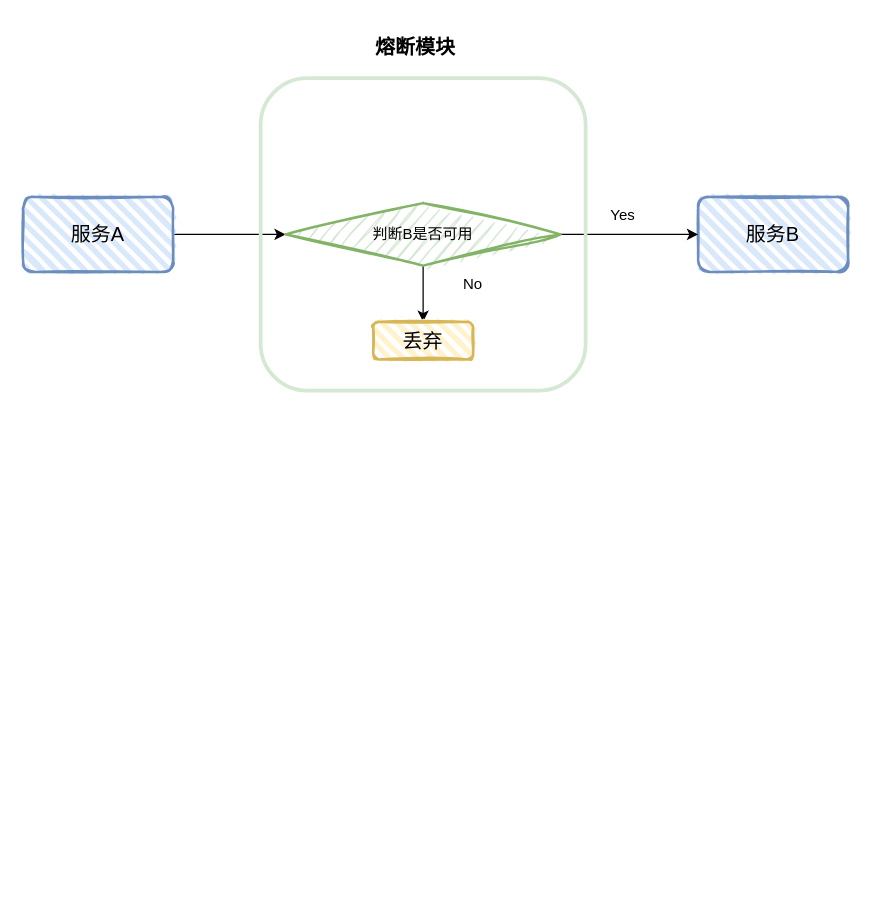
Earlier version of the draw.io diagram 高可用-熔断-降级-限流.drawio (ChanphongGu/ProcessGraph). Source tidied: cells renumbered, new cells numbered last; positions are measured from the earlier drawing's top-left corner, leaving out a move shared by most shapes. Both pictures are drawn from the tidied source at 125%, with x=0, y=0 at pixel (22, 21).
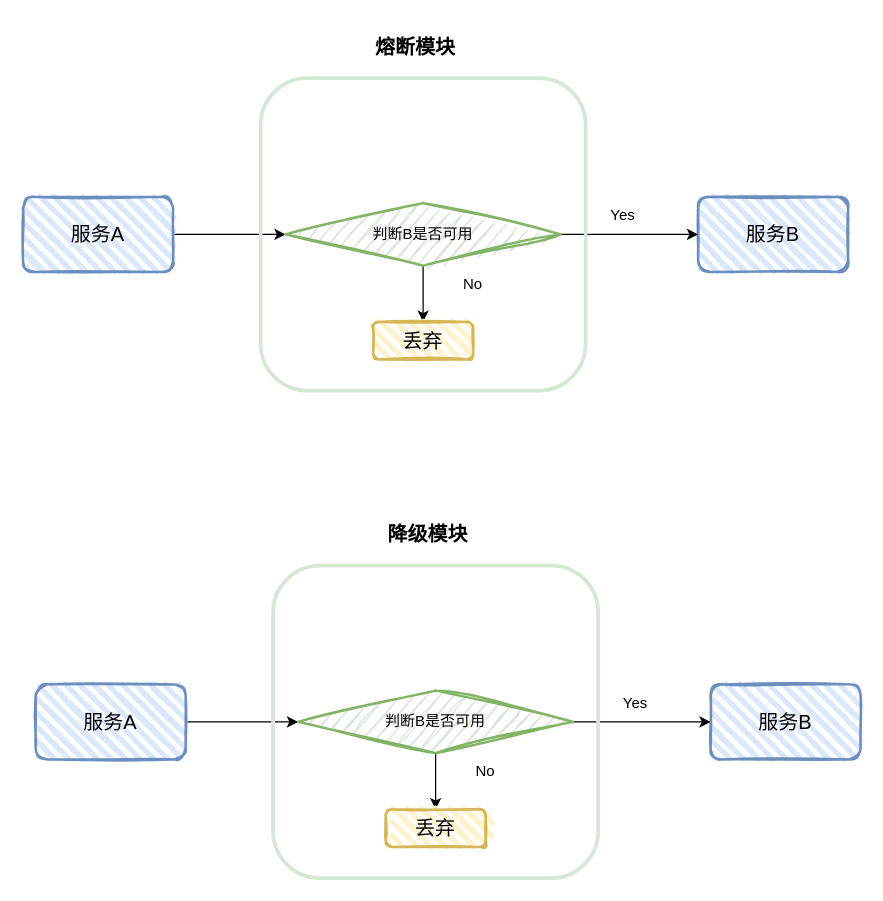
The same page after the edit.

Commit message (it also covers changes not shown here):
更新高可用-熔断-降级-限流.drawio

The edit, as a diff of the source:
```diff
@@
+    <mxCell id="13" style="edgeStyle=orthogonalEdgeStyle;rounded=0;jettySize=auto;html=1;exitX=1;exitY=0.5;exitDx=0;exitDy=0;entryX=0;entryY=0.5;entryDx=0;entryDy=0;" parent="1" edge="1" source="14" target="18">
+      <mxGeometry relative="1" as="geometry" />
+    </mxCell>
+    <mxCell id="14" value="服务A" style="rounded=1;whiteSpace=wrap;html=1;strokeWidth=2;fillWeight=4;hachureGap=8;hachureAngle=45;fillColor=#dae8fc;sketch=1;strokeColor=#6c8ebf;fontSize=16;" parent="1" vertex="1">
+      <mxGeometry x="10" y="530" width="120" height="60" as="geometry" />
+    </mxCell>
+    <mxCell id="15" value="服务B" style="rounded=1;whiteSpace=wrap;html=1;strokeWidth=2;fillWeight=4;hachureGap=8;hachureAngle=45;fillColor=#dae8fc;sketch=1;strokeColor=#6c8ebf;fontSize=16;" parent="1" vertex="1">
+      <mxGeometry x="550" y="530" width="120" height="60" as="geometry" />
+    </mxCell>
+    <mxCell id="16" style="edgeStyle=orthogonalEdgeStyle;rounded=0;jettySize=auto;html=1;exitX=1;exitY=0.5;exitDx=0;exitDy=0;entryX=0;entryY=0.5;entryDx=0;entryDy=0;" parent="1" edge="1" source="18" target="15">
+      <mxGeometry relative="1" as="geometry" />
+    </mxCell>
+    <mxCell id="17" style="edgeStyle=orthogonalEdgeStyle;rounded=0;jettySize=auto;html=1;exitX=0.5;exitY=1;exitDx=0;exitDy=0;" parent="1" edge="1" source="18">
+      <mxGeometry relative="1" as="geometry">
+        <mxPoint x="330" y="630" as="targetPoint" />
+      </mxGeometry>
+    </mxCell>
+    <mxCell id="18" value="判断B是否可用" style="rhombus;whiteSpace=wrap;html=1;fillStyle=auto;rounded=0;sketch=1;curveFitting=1;jiggle=2;strokeWidth=2;fillColor=#d5e8d4;strokeColor=#82b366;" parent="1" vertex="1">
+      <mxGeometry x="220" y="535" width="220" height="50" as="geometry" />
+    </mxCell>
+    <mxCell id="19" value="Yes" style="text;html=1;strokeColor=none;fillColor=none;align=center;verticalAlign=middle;whiteSpace=wrap;rounded=0;" parent="1" vertex="1">
+      <mxGeometry x="460" y="530" width="60" height="30" as="geometry" />
+    </mxCell>
+    <mxCell id="20" value="No" style="text;html=1;strokeColor=none;fillColor=none;align=center;verticalAlign=middle;whiteSpace=wrap;rounded=0;" parent="1" vertex="1">
+      <mxGeometry x="340" y="585" width="60" height="30" as="geometry" />
+    </mxCell>
+    <mxCell id="21" value="丢弃" style="rounded=1;whiteSpace=wrap;html=1;strokeWidth=2;fillWeight=4;hachureGap=8;hachureAngle=45;sketch=1;fontSize=16;fillColor=#fff2cc;strokeColor=#d6b656;" parent="1" vertex="1">
+      <mxGeometry x="290" y="630" width="80" height="30" as="geometry" />
+    </mxCell>
+    <mxCell id="22" style="rounded=1;whiteSpace=wrap;html=1;fillColor=none;strokeColor=#D5E8D4;strokeWidth=3;" parent="1" vertex="1">
+      <mxGeometry x="200" y="435" width="260" height="250" as="geometry" />
+    </mxCell>
+    <mxCell id="23" value="降级模块" style="text;html=1;strokeColor=none;fillColor=none;align=center;verticalAlign=middle;whiteSpace=wrap;rounded=0;fontSize=16;fontStyle=1;" parent="1" vertex="1">
+      <mxGeometry x="284" y="390" width="80" height="40" as="geometry" />
+    </mxCell>
```
